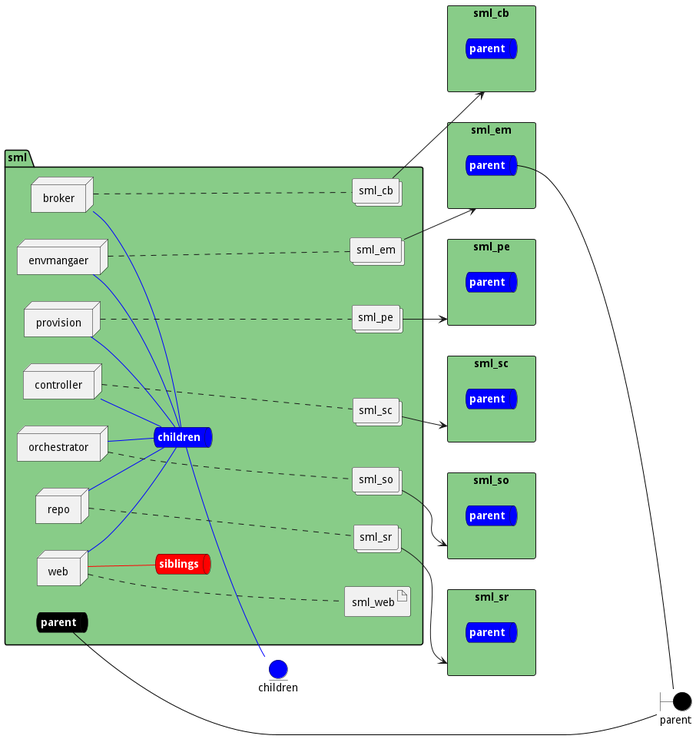
The PlantUML diagram docs/edgemere/sml/envs/test/deployment.png in madajaju/edgemere, before a commit.
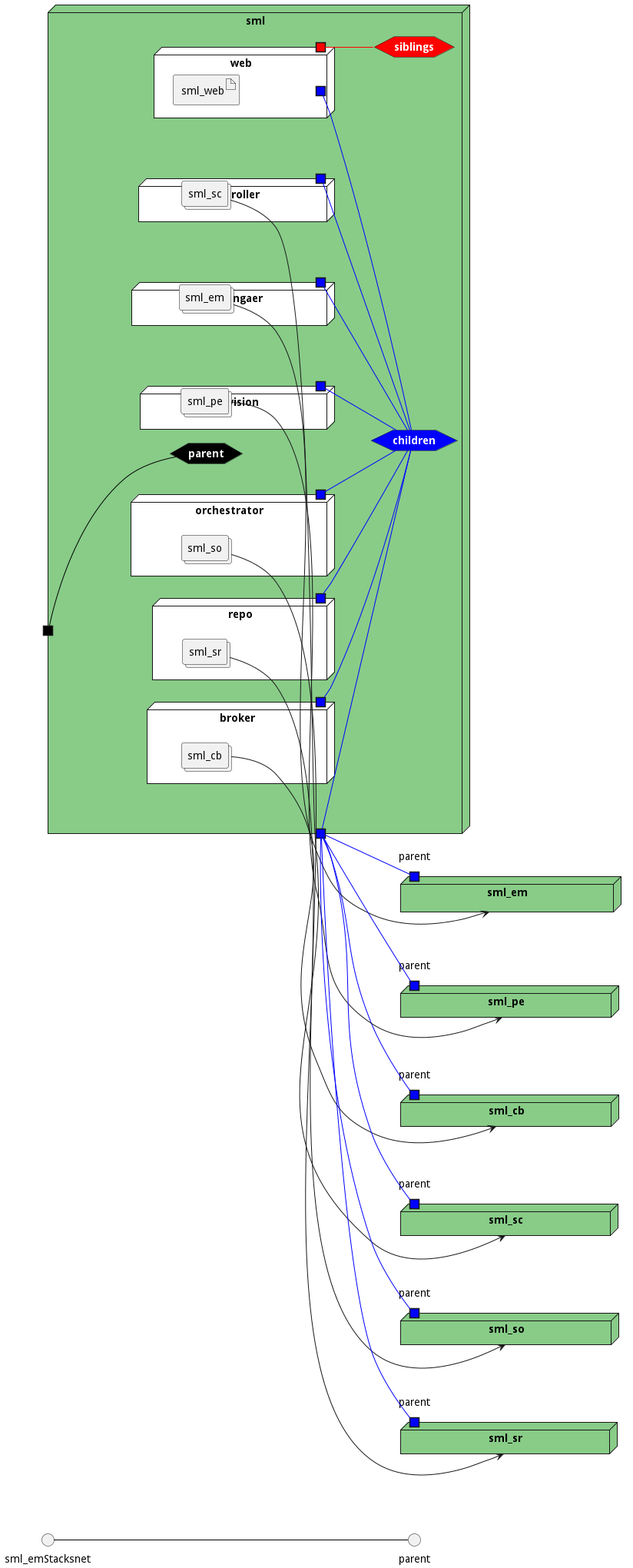
The same diagram one commit later.

Diff of the diagram source:
```diff
@@ -3,117 +3,131 @@
 left to right direction
 
 
-boundary parent #black
 
 
-entity children #blue
-
-rectangle "sml_cb" as sml_cbStack #88cc88 {
-    queue sml_cbStacksnet #blue [
-        <b><color:white>parent</color></b>
-    ]
+node "sml_cb" as sml_cbStack #88cc88 {
+    portin "parent" as sml_cbStackPortIn #blue
 }
-rectangle "sml_em" as sml_emStack #88cc88 {
-    queue sml_emStacksnet #blue [
-        <b><color:white>parent</color></b>
-    ]
+node "sml_em" as sml_emStack #88cc88 {
+    portin "parent" as sml_emStackPortIn #blue
 }
-rectangle "sml_pe" as sml_peStack #88cc88 {
-    queue sml_peStacksnet #blue [
-        <b><color:white>parent</color></b>
-    ]
+node "sml_pe" as sml_peStack #88cc88 {
+    portin "parent" as sml_peStackPortIn #blue
 }
-rectangle "sml_sc" as sml_scStack #88cc88 {
-    queue sml_scStacksnet #blue [
-        <b><color:white>parent</color></b>
-    ]
+node "sml_sc" as sml_scStack #88cc88 {
+    portin "parent" as sml_scStackPortIn #blue
 }
-rectangle "sml_so" as sml_soStack #88cc88 {
-    queue sml_soStacksnet #blue [
-        <b><color:white>parent</color></b>
-    ]
+node "sml_so" as sml_soStack #88cc88 {
+    portin "parent" as sml_soStackPortIn #blue
 }
-rectangle "sml_sr" as sml_srStack #88cc88 {
-    queue sml_srStacksnet #blue [
-        <b><color:white>parent</color></b>
-    ]
+node "sml_sr" as sml_srStack #88cc88 {
+    portin "parent" as sml_srStackPortIn #blue
 }
 
 
 
-package "sml" #88cc88 {
-    queue parentnet #black [
+node "sml" #88cc88 {
+
+
+    hexagon parentnet #black [
             <b><color:white>parent</color></b>
     ]
 
-    parentnet -[#black]- parent
+    portin " " as parentnetPortIn #black
+    parentnetPortIn -[#black]- parentnet
 
-    queue childrennet #blue [
+    hexagon childrennet #blue [
             <b><color:white>children</color></b>
     ]
 
-    childrennet -[#blue]- children
+    portout " " as childrennetPortOut #blue
+    childrennet -[#blue]- childrennetPortOut
 
-    queue siblingsnet #red [
+    hexagon siblingsnet #red [
             <b><color:white>siblings</color></b>
     ]
 
 
-node "broker" as brokerService
-node "envmangaer" as envmangaerService
-node "provision" as provisionService
-node "controller" as controllerService
-node "orchestrator" as orchestratorService
-node "repo" as repoService
-node "web" as webService
+node "broker" as brokerService #white {
+    portOut " " as brokerServicechildrennet #blue
+   brokerServicechildrennet -[#blue]- childrennet
 
-        collections "sml_cb" as sml_cbimage
-            collections "sml_em" as sml_emimage
-            collections "sml_pe" as sml_peimage
-            collections "sml_sc" as sml_scimage
-            collections "sml_so" as sml_soimage
-            collections "sml_sr" as sml_srimage
+    collections "sml_cb" as sml_cbimage
 
-        artifact "sml_web" as sml_webimage
+}
+node "envmangaer" as envmangaerService #white {
+    portOut " " as envmangaerServicechildrennet #blue
+   envmangaerServicechildrennet -[#blue]- childrennet
+
+    collections "sml_em" as sml_emimage
+
+}
+node "provision" as provisionService #white {
+    portOut " " as provisionServicechildrennet #blue
+   provisionServicechildrennet -[#blue]- childrennet
+
+    collections "sml_pe" as sml_peimage
+
+}
+node "controller" as controllerService #white {
+    portOut " " as controllerServicechildrennet #blue
+   controllerServicechildrennet -[#blue]- childrennet
+
+    collections "sml_sc" as sml_scimage
+
+}
+node "orchestrator" as orchestratorService #white {
+    portOut " " as orchestratorServicechildrennet #blue
+   orchestratorServicechildrennet -[#blue]- childrennet
+
+    collections "sml_so" as sml_soimage
+
+}
+node "repo" as repoService #white {
+    portOut " " as repoServicechildrennet #blue
+   repoServicechildrennet -[#blue]- childrennet
+
+    collections "sml_sr" as sml_srimage
+
+}
+node "web" as webService #white {
+    portOut " " as webServicechildrennet #blue
+   webServicechildrennet -[#blue]- childrennet
+       portOut " " as webServicesiblingsnet #red
+   webServicesiblingsnet -[#red]- siblingsnet
+
+
+    artifact "sml_web" as sml_webimage
 
 }
 
-brokerService -[#blue]- childrennet
-
-envmangaerService -[#blue]- childrennet
-
-provisionService -[#blue]- childrennet
-
-controllerService -[#blue]- childrennet
-
-orchestratorService -[#blue]- childrennet
-
-repoService -[#blue]- childrennet
-
-webService -[#blue]- childrennet
-
-webService -[#red]- siblingsnet
-brokerService .... sml_cbimage
-envmangaerService .... sml_emimage
-provisionService .... sml_peimage
-controllerService .... sml_scimage
-orchestratorService .... sml_soimage
-repoService .... sml_srimage
-webService .... sml_webimage
+}
 
 sml_cbimage --> sml_cbStack
 
+    childrennetPortOut -[#blue]- sml_cbStackPortIn
+
 sml_emimage --> sml_emStack
 
-sml_emStacksnet --[#black]-- parent
+        sml_emStacksnet --[#black]-- parent
+
+    childrennetPortOut -[#blue]- sml_emStackPortIn
 
 sml_peimage --> sml_peStack
 
+    childrennetPortOut -[#blue]- sml_peStackPortIn
+
 sml_scimage --> sml_scStack
+
+    childrennetPortOut -[#blue]- sml_scStackPortIn
 
 sml_soimage --> sml_soStack
 
+    childrennetPortOut -[#blue]- sml_soStackPortIn
+
 sml_srimage --> sml_srStack
+
+    childrennetPortOut -[#blue]- sml_srStackPortIn
 
 
 @enduml
```
